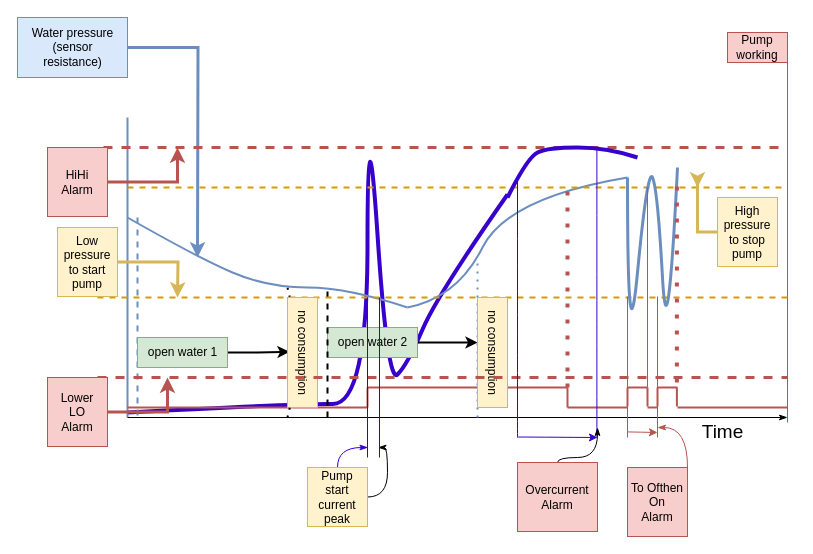
This is page "Cases diagram" (1 of 3) of PumpDriver.drawio from megavad/Diagrams, a draw.io file, before an edit. Source tidied: cells renumbered, new cells numbered last; positions are measured from the earlier drawing's top-left corner, leaving out a move shared by most shapes. Both pictures are drawn from the tidied source at 100%, with x=0, y=0 at pixel (17, 17).
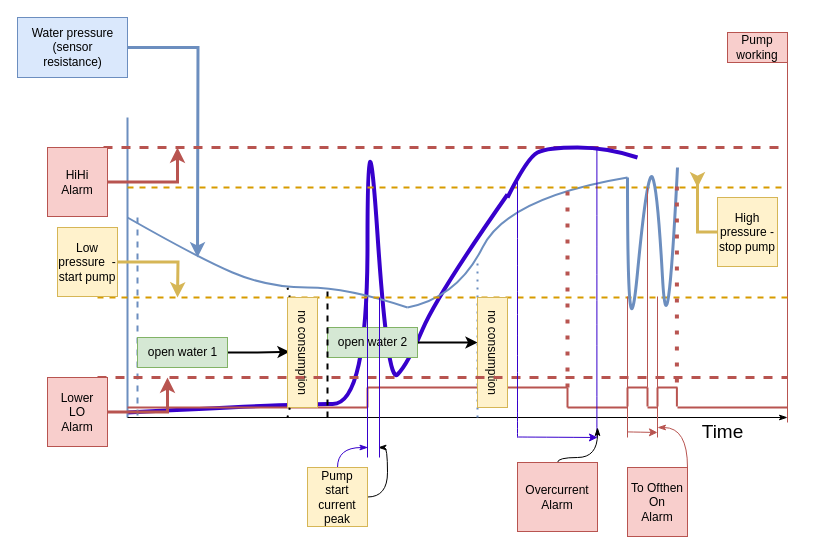
The same page after the edit.

Change to the diagram source:
```diff
@@
-    <mxCell id="30" value="Low pressure to start pump" style="text;html=1;strokeColor=#d6b656;fillColor=#fff2cc;align=center;verticalAlign=middle;whiteSpace=wrap;rounded=0;" parent="1" vertex="1">
+    <mxCell id="30" value="Low pressure &amp;nbsp;-start pump" style="text;html=1;strokeColor=#d6b656;fillColor=#fff2cc;align=center;verticalAlign=middle;whiteSpace=wrap;rounded=0;" parent="1" vertex="1">
       <mxGeometry x="40" y="210" width="60" height="69" as="geometry" />
     </mxCell>
@@
-    <mxCell id="33" value="High pressure to stop pump" style="text;html=1;strokeColor=#d6b656;fillColor=#fff2cc;align=center;verticalAlign=middle;whiteSpace=wrap;rounded=0;" parent="1" vertex="1">
+    <mxCell id="33" value="High pressure - stop pump" style="text;html=1;strokeColor=#d6b656;fillColor=#fff2cc;align=center;verticalAlign=middle;whiteSpace=wrap;rounded=0;" parent="1" vertex="1">
       <mxGeometry x="700" y="180" width="60" height="69" as="geometry" />
     </mxCell>
```
